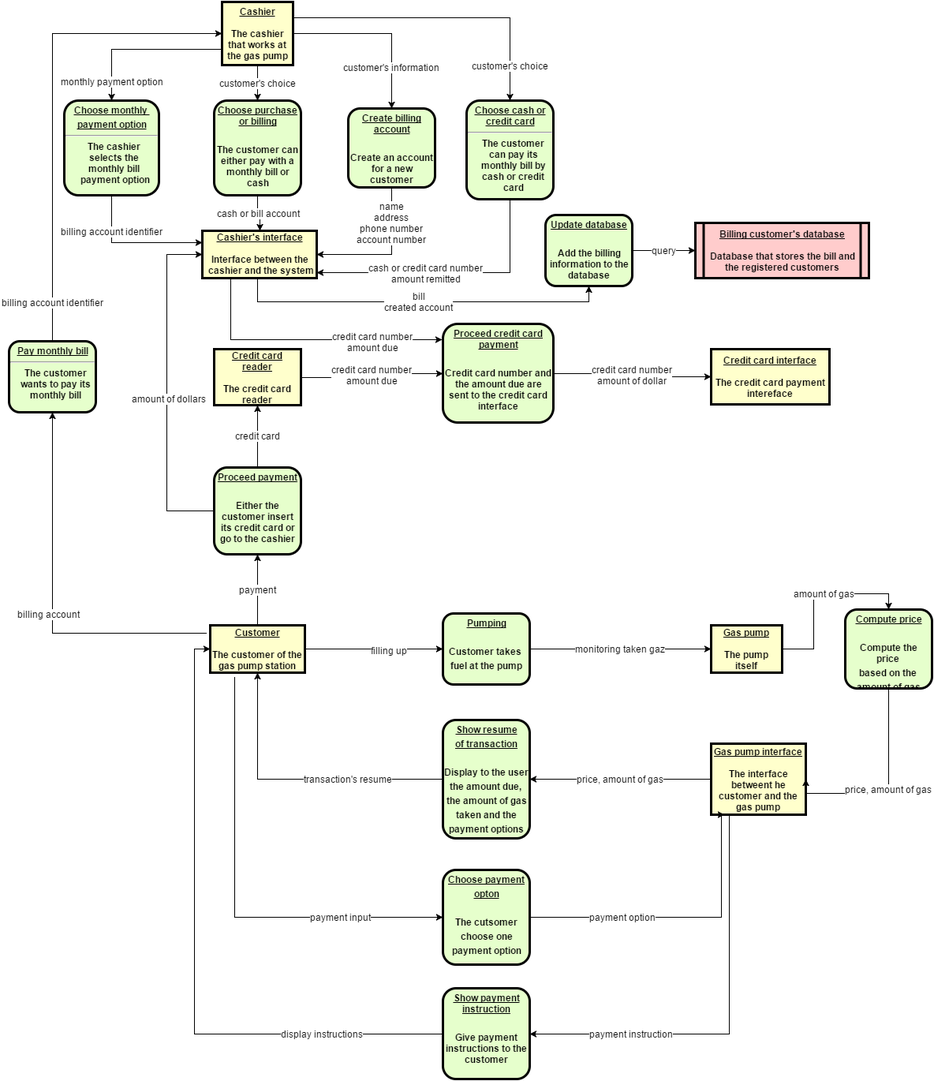
Before: Assignment 1/data-flow-diagram.png, a diagram exported from draw.io (ahauet/LINGI2251_Development_Methods). Source tidied: cells renumbered, new cells last; positions are measured from the earlier drawing's top-left corner, leaving out a move shared by most shapes.
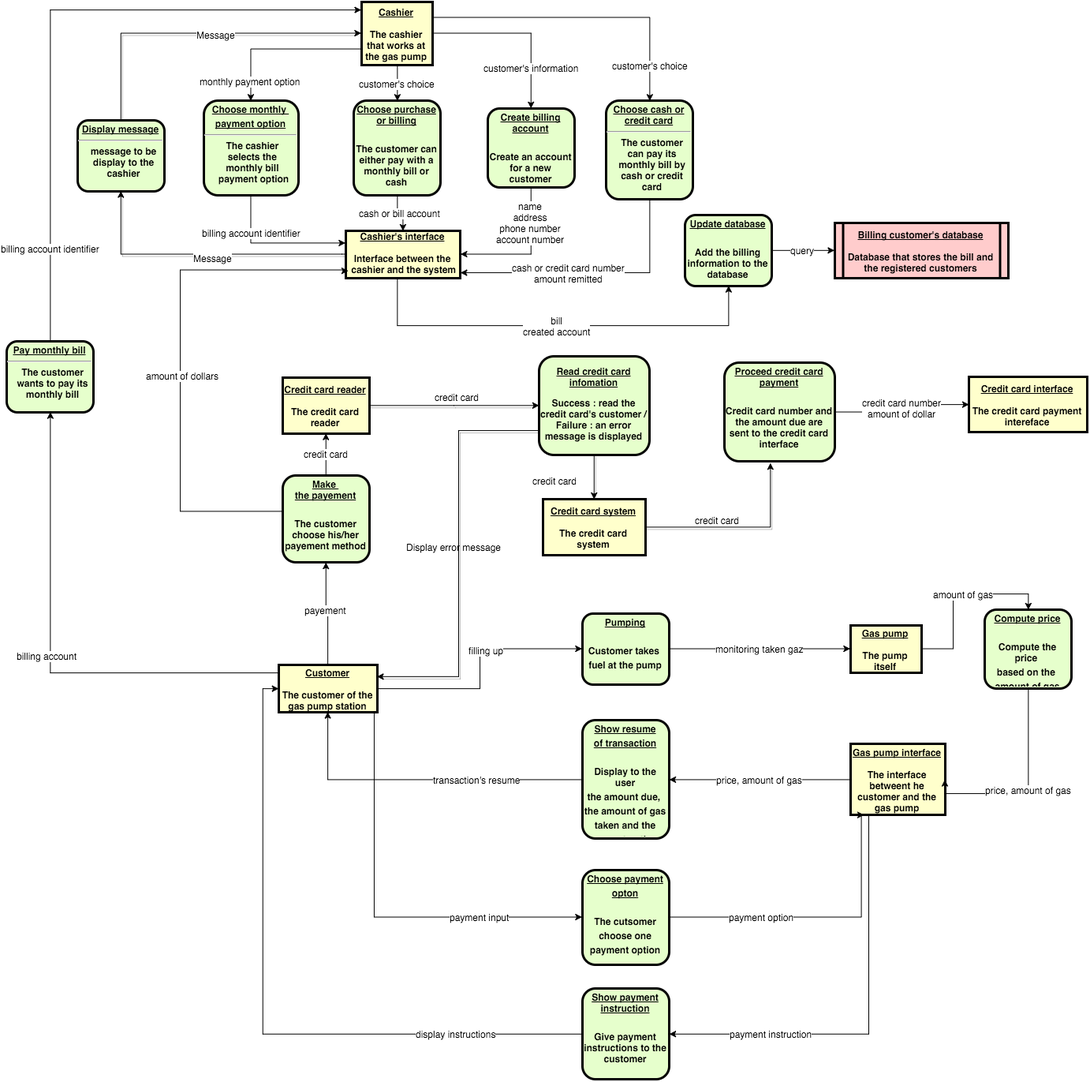
The same diagram one commit later.

Diff of the diagram source:
```diff
@@ -17,11 +17,11 @@
         </Array>
       </mxGeometry>
     </mxCell>
-    <mxCell id="5" value="payment" style="edgeStyle=orthogonalEdgeStyle;rounded=0;html=1;exitX=0.5;exitY=0;entryX=0.5;entryY=1;jettySize=auto;fontSize=12;" parent="1" edge="1" source="6" target="34">
-      <mxGeometry relative="1" as="geometry" />
+    <mxCell id="5" value="payement" style="edgeStyle=orthogonalEdgeStyle;rounded=0;html=1;exitX=0.5;exitY=0;entryX=0.5;entryY=1;jettySize=auto;fontSize=12;" parent="1" edge="1" source="6" target="34">
+      <mxGeometry x="0.09" relative="1" as="geometry" />
     </mxCell>
     <mxCell id="6" value="&lt;u&gt;Customer&lt;/u&gt;&lt;div&gt;&lt;u&gt;&lt;br&gt;&lt;/u&gt;&lt;/div&gt;&lt;div&gt;The customer of the gas pump station&lt;/div&gt;" style="whiteSpace=wrap;align=center;verticalAlign=middle;fontStyle=1;strokeWidth=3;fillColor=#FFFFCC;html=1;" parent="1" vertex="1">
-      <mxGeometry x="255" y="790" width="120" height="60" as="geometry" />
+      <mxGeometry x="165" y="840" width="125" height="60" as="geometry" />
     </mxCell>
     <mxCell id="7" value="monitoring taken gaz" style="edgeStyle=orthogonalEdgeStyle;rounded=0;html=1;exitX=1;exitY=0.5;entryX=0;entryY=0.5;jettySize=auto;fontSize=12;" parent="1" edge="1" source="8" target="10">
       <mxGeometry relative="1" as="geometry" />
@@ -83,34 +83,39 @@
     <mxCell id="20" value="bill&lt;div&gt;created account&lt;/div&gt;" style="edgeStyle=orthogonalEdgeStyle;rounded=0;html=1;exitX=0.5;exitY=1;entryX=0.5;entryY=1;jettySize=auto;fontSize=12;" parent="1" edge="1" source="23" target="50">
       <mxGeometry relative="1" as="geometry">
         <Array as="points">
-          <mxPoint x="315" y="380" />
-          <mxPoint x="735" y="380" />
+          <mxPoint x="315" y="350" />
+          <mxPoint x="315" y="410" />
+          <mxPoint x="735" y="410" />
         </Array>
       </mxGeometry>
     </mxCell>
-    <mxCell id="21" style="edgeStyle=orthogonalEdgeStyle;rounded=0;html=1;exitX=0.25;exitY=1;entryX=-0.007;entryY=0.16;entryPerimeter=0;jettySize=auto;fontSize=12;" parent="1" edge="1" source="23" target="36">
-      <mxGeometry relative="1" as="geometry">
-        <Array as="points">
-          <mxPoint x="281" y="428" />
-        </Array>
-      </mxGeometry>
-    </mxCell>
-    <mxCell id="22" value="credit card number&lt;div&gt;amount due&lt;/div&gt;" style="text;html=1;align=center;verticalAlign=middle;labelBackgroundColor=#ffffff;" parent="21" vertex="1">
-      <mxGeometry y="-3" relative="1" as="geometry">
-        <mxPoint x="84" y="-1" as="offset" />
-      </mxGeometry>
-    </mxCell>
+    <mxCell id="60" style="edgeStyle=orthogonalEdgeStyle;rounded=0;html=1;exitX=0;exitY=0.25;entryX=0.5;entryY=1;shadow=1;jettySize=auto;" parent="1" edge="1" source="23" target="66">
+      <mxGeometry relative="1" as="geometry">
+        <Array as="points">
+          <mxPoint x="245" y="320" />
+          <mxPoint x="-30" y="320" />
+        </Array>
+      </mxGeometry>
+    </mxCell>
+    <mxCell id="61" value="Message" style="text;html=1;align=center;verticalAlign=middle;labelBackgroundColor=#ffffff;" parent="60" vertex="1">
+      <mxGeometry x="-0.03" y="4" relative="1" as="geometry" />
+    </mxCell>
     <mxCell id="23" value="&lt;u&gt;Cashier's interface&lt;/u&gt;&lt;div&gt;&lt;br&gt;&lt;/div&gt;&lt;div&gt;Interface between the&lt;/div&gt;&lt;div&gt;&amp;nbsp;cashier and the system&lt;/div&gt;" style="verticalAlign=middle;align=center;overflow=fill;fontSize=12;fontFamily=Helvetica;html=1;rounded=0;fontStyle=1;strokeWidth=3;fillColor=#FFFFCC;fontColor=#000000;strokeColor=#000000;whiteSpace=wrap;" parent="1" vertex="1">
-      <mxGeometry x="245" y="290" width="145" height="60" as="geometry" />
+      <mxGeometry x="250" y="290" width="145" height="60" as="geometry" />
     </mxCell>
-    <mxCell id="24" value="credit card number&lt;div&gt;amount due&lt;/div&gt;" style="edgeStyle=orthogonalEdgeStyle;rounded=0;html=1;exitX=1;exitY=0.5;entryX=0;entryY=0.5;jettySize=auto;fontSize=12;" parent="1" edge="1" source="25" target="36">
-      <mxGeometry relative="1" as="geometry" />
-    </mxCell>
+    <mxCell id="62" style="edgeStyle=orthogonalEdgeStyle;rounded=0;html=1;exitX=1;exitY=0.5;shadow=1;jettySize=auto;" parent="1" edge="1" source="25" target="69">
+      <mxGeometry relative="1" as="geometry" />
+    </mxCell>
+    <mxCell id="63" value="credit card" style="text;html=1;align=center;verticalAlign=middle;labelBackgroundColor=#ffffff;" parent="62" vertex="1">
+      <mxGeometry x="0.01" y="-19" relative="1" as="geometry">
+        <mxPoint x="2" y="-30" as="offset" />
+      </mxGeometry>
+    </mxCell>
     <mxCell id="25" value="&lt;u&gt;Credit card reader&lt;/u&gt;&lt;div&gt;&lt;br&gt;&lt;/div&gt;&lt;div&gt;The credit card reader&lt;/div&gt;" style="whiteSpace=wrap;align=center;verticalAlign=middle;fontStyle=1;strokeWidth=3;fillColor=#FFFFCC;html=1;" parent="1" vertex="1">
-      <mxGeometry x="260" y="440" width="110" height="71" as="geometry" />
+      <mxGeometry x="170" y="476" width="110" height="71" as="geometry" />
     </mxCell>
     <mxCell id="26" value="&lt;u&gt;Credit card interface&lt;/u&gt;&lt;div&gt;&lt;br&gt;&lt;/div&gt;&lt;div&gt;The credit card payment intereface&lt;/div&gt;" style="whiteSpace=wrap;align=center;verticalAlign=middle;fontStyle=1;strokeWidth=3;fillColor=#FFFFCC;html=1;" parent="1" vertex="1">
-      <mxGeometry x="890" y="440" width="150" height="70" as="geometry" />
+      <mxGeometry x="1040" y="475" width="150" height="70" as="geometry" />
     </mxCell>
     <mxCell id="27" value="display instructions" style="edgeStyle=orthogonalEdgeStyle;rounded=0;html=1;exitX=0;exitY=0.5;entryX=0;entryY=0.5;jettySize=auto;fontSize=12;" parent="1" edge="1" source="28" target="6">
       <mxGeometry x="-0.63" relative="1" as="geometry" />
@@ -121,20 +126,23 @@
     <mxCell id="29" value="credit card" style="edgeStyle=orthogonalEdgeStyle;rounded=0;html=1;exitX=0.5;exitY=0;entryX=0.5;entryY=1;jettySize=auto;fontSize=12;" parent="1" edge="1" source="34" target="25">
       <mxGeometry relative="1" as="geometry" />
     </mxCell>
-    <mxCell id="30" style="edgeStyle=orthogonalEdgeStyle;rounded=0;html=1;exitX=0;exitY=0.5;entryX=0;entryY=0.5;jettySize=auto;fontSize=12;" parent="1" edge="1" source="34" target="23">
+    <mxCell id="30" style="edgeStyle=orthogonalEdgeStyle;rounded=0;html=1;exitX=0;exitY=0.5;jettySize=auto;fontSize=12;entryX=0.019;entryY=0.854;entryPerimeter=0;" parent="1" edge="1" source="34" target="23">
       <mxGeometry relative="1" as="geometry">
         <Array as="points">
-          <mxPoint x="200" y="645" />
-          <mxPoint x="200" y="320" />
+          <mxPoint x="40" y="645" />
+          <mxPoint x="40" y="340" />
+          <mxPoint x="248" y="340" />
         </Array>
       </mxGeometry>
     </mxCell>
     <mxCell id="31" value="amount of dollars" style="text;html=1;align=center;verticalAlign=middle;labelBackgroundColor=#ffffff;fontSize=12;" parent="30" vertex="1">
       <mxGeometry x="-0.05" y="-2" relative="1" as="geometry" />
     </mxCell>
-    <mxCell id="32" style="edgeStyle=orthogonalEdgeStyle;rounded=0;html=1;entryX=0.5;entryY=1;jettySize=auto;fontSize=12;" parent="1" edge="1" target="53">
+    <mxCell id="32" style="edgeStyle=orthogonalEdgeStyle;rounded=0;html=1;entryX=0.5;entryY=1;jettySize=auto;fontSize=12;exitX=0;exitY=0.25;" parent="1" edge="1" source="6" target="53">
       <mxGeometry relative="1" as="geometry">
-        <mxPoint x="250" y="800" as="sourcePoint" />
+        <Array as="points">
+          <mxPoint x="-125" y="850" />
+        </Array>
       </mxGeometry>
     </mxCell>
     <mxCell id="33" value="billing account" style="text;html=1;align=center;verticalAlign=middle;labelBackgroundColor=#ffffff;" parent="32" vertex="1">
@@ -142,14 +150,14 @@
         <mxPoint x="-3" y="85" as="offset" />
       </mxGeometry>
     </mxCell>
-    <mxCell id="34" value="&lt;p style=&quot;margin: 0px ; margin-top: 4px ; text-align: center ; text-decoration: underline&quot;&gt;Proceed payment&lt;/p&gt;&lt;p style=&quot;margin: 0px ; margin-top: 4px ; text-align: center ; text-decoration: underline&quot;&gt;&lt;br&gt;&lt;/p&gt;&lt;p style=&quot;margin: 4px 0px 0px ; text-align: center&quot;&gt;Either the customer insert its credit card or go to the cashier&lt;/p&gt;" style="verticalAlign=middle;align=center;overflow=fill;fontSize=12;fontFamily=Helvetica;html=1;rounded=1;fontStyle=1;strokeWidth=3;fillColor=#E6FFCC;whiteSpace=wrap;" parent="1" vertex="1">
-      <mxGeometry x="260" y="590" width="110" height="110" as="geometry" />
+    <mxCell id="34" value="&lt;p style=&quot;margin: 0px ; margin-top: 4px ; text-align: center ; text-decoration: underline&quot;&gt;Make&amp;nbsp;&lt;br&gt;the payement&lt;/p&gt;&lt;p style=&quot;margin: 0px ; margin-top: 4px ; text-align: center ; text-decoration: underline&quot;&gt;&lt;br&gt;&lt;/p&gt;&lt;p style=&quot;margin: 4px 0px 0px ; text-align: center&quot;&gt;The customer choose his/her payement method&lt;/p&gt;" style="verticalAlign=middle;align=center;overflow=fill;fontSize=12;fontFamily=Helvetica;html=1;rounded=1;fontStyle=1;strokeWidth=3;fillColor=#E6FFCC;whiteSpace=wrap;" parent="1" vertex="1">
+      <mxGeometry x="170" y="600" width="110" height="110" as="geometry" />
     </mxCell>
     <mxCell id="35" value="credit card number&lt;div&gt;amount of dollar&lt;/div&gt;" style="edgeStyle=orthogonalEdgeStyle;rounded=0;html=1;exitX=1;exitY=0.5;entryX=0;entryY=0.5;jettySize=auto;fontSize=12;" parent="1" edge="1" source="36" target="26">
       <mxGeometry relative="1" as="geometry" />
     </mxCell>
     <mxCell id="36" value="&lt;p style=&quot;margin: 0px ; margin-top: 4px ; text-align: center ; text-decoration: underline&quot;&gt;Proceed credit card payment&lt;/p&gt;&lt;p style=&quot;margin: 0px ; margin-top: 4px ; text-align: center ; text-decoration: underline&quot;&gt;&lt;br&gt;&lt;/p&gt;&lt;p style=&quot;margin: 4px 0px 0px ; text-align: center&quot;&gt;Credit card number and the amount due are sent to the credit card interface&lt;/p&gt;" style="verticalAlign=middle;align=center;overflow=fill;fontSize=12;fontFamily=Helvetica;html=1;rounded=1;fontStyle=1;strokeWidth=3;fillColor=#E6FFCC;whiteSpace=wrap;" parent="1" vertex="1">
-      <mxGeometry x="550" y="408" width="140" height="125" as="geometry" />
+      <mxGeometry x="730" y="457" width="140" height="125" as="geometry" />
     </mxCell>
     <mxCell id="37" value="customer's choice" style="edgeStyle=orthogonalEdgeStyle;rounded=0;html=1;exitX=0.5;exitY=1;entryX=0.5;entryY=0;jettySize=auto;fontSize=12;" parent="1" edge="1" source="43" target="45">
       <mxGeometry relative="1" as="geometry" />
@@ -203,8 +211,14 @@
     <mxCell id="50" value="&lt;p style=&quot;margin: 0px ; margin-top: 4px ; text-align: center ; text-decoration: underline&quot;&gt;Update database&lt;/p&gt;&lt;p style=&quot;margin: 0px ; margin-top: 4px ; text-align: center ; text-decoration: underline&quot;&gt;&lt;br&gt;&lt;/p&gt;&lt;p style=&quot;margin: 4px 0px 0px ; text-align: center&quot;&gt;Add the billing information to the database&lt;/p&gt;" style="verticalAlign=middle;align=center;overflow=fill;fontSize=12;fontFamily=Helvetica;html=1;rounded=1;fontStyle=1;strokeWidth=3;fillColor=#E6FFCC;whiteSpace=wrap;" parent="1" vertex="1">
       <mxGeometry x="680" y="270" width="110" height="90" as="geometry" />
     </mxCell>
-    <mxCell id="51" style="edgeStyle=orthogonalEdgeStyle;rounded=0;html=1;exitX=0.5;exitY=0;entryX=0;entryY=0.5;jettySize=auto;fontSize=12;" parent="1" edge="1" source="53" target="43">
-      <mxGeometry relative="1" as="geometry" />
+    <mxCell id="51" style="edgeStyle=orthogonalEdgeStyle;rounded=0;html=1;exitX=0.5;exitY=0;jettySize=auto;fontSize=12;" parent="1" edge="1" source="53">
+      <mxGeometry relative="1" as="geometry">
+        <mxPoint x="270" y="10" as="targetPoint" />
+        <Array as="points">
+          <mxPoint x="-125" y="10" />
+          <mxPoint x="270" y="10" />
+        </Array>
+      </mxGeometry>
     </mxCell>
     <mxCell id="52" value="billing account identifier" style="text;html=1;align=center;verticalAlign=middle;labelBackgroundColor=#ffffff;" parent="51" vertex="1">
       <mxGeometry x="-0.35" y="-4" relative="1" as="geometry">
@@ -212,7 +226,7 @@
       </mxGeometry>
     </mxCell>
     <mxCell id="53" value="&lt;p style=&quot;margin: 0px ; margin-top: 4px ; text-align: center ; text-decoration: underline&quot;&gt;&lt;strong&gt;Pay monthly bill&lt;br&gt;&lt;/strong&gt;&lt;/p&gt;&lt;hr&gt;&lt;p style=&quot;margin: 0px ; margin-left: 8px&quot;&gt;The customer wants to pay its monthly bill&lt;/p&gt;" style="verticalAlign=middle;align=center;overflow=fill;fontSize=12;fontFamily=Helvetica;html=1;rounded=1;fontStyle=1;strokeWidth=3;fillColor=#E6FFCC;whiteSpace=wrap;" parent="1" vertex="1">
-      <mxGeometry y="430" width="110" height="90" as="geometry" />
+      <mxGeometry x="-180" y="430" width="110" height="90" as="geometry" />
     </mxCell>
     <mxCell id="54" style="edgeStyle=orthogonalEdgeStyle;rounded=0;html=1;exitX=0.5;exitY=1;entryX=0;entryY=0.25;jettySize=auto;fontSize=12;" parent="1" edge="1" source="56" target="23">
       <mxGeometry relative="1" as="geometry" />
@@ -234,5 +248,46 @@
     <mxCell id="59" value="&lt;p style=&quot;margin: 0px ; margin-top: 4px ; text-align: center ; text-decoration: underline&quot;&gt;&lt;strong&gt;Choose cash or credit card&lt;br&gt;&lt;/strong&gt;&lt;/p&gt;&lt;hr&gt;&lt;p style=&quot;margin: 0px ; margin-left: 8px&quot;&gt;The customer can pay its monthly bill by cash or credit card&lt;/p&gt;" style="verticalAlign=middle;align=center;overflow=fill;fontSize=12;fontFamily=Helvetica;html=1;rounded=1;fontStyle=1;strokeWidth=3;fillColor=#E6FFCC;whiteSpace=wrap;" parent="1" vertex="1">
       <mxGeometry x="580" y="125" width="110" height="125" as="geometry" />
     </mxCell>
+    <mxCell id="64" style="edgeStyle=orthogonalEdgeStyle;rounded=0;html=1;exitX=0.5;exitY=0;shadow=1;jettySize=auto;" parent="1" edge="1" source="66">
+      <mxGeometry relative="1" as="geometry">
+        <mxPoint x="270" y="40" as="targetPoint" />
+        <Array as="points">
+          <mxPoint x="-35" y="40" />
+          <mxPoint x="270" y="40" />
+        </Array>
+      </mxGeometry>
+    </mxCell>
+    <mxCell id="65" value="Message" style="text;html=1;align=center;verticalAlign=middle;labelBackgroundColor=#ffffff;" parent="64" vertex="1">
+      <mxGeometry x="0.11" y="-1" relative="1" as="geometry" />
+    </mxCell>
+    <mxCell id="66" value="&lt;p style=&quot;margin: 0px ; margin-top: 4px ; text-align: center ; text-decoration: underline&quot;&gt;Display message&lt;/p&gt;&lt;hr&gt;&lt;p style=&quot;margin: 0px ; margin-left: 8px&quot;&gt;message to be display to the cashier&lt;/p&gt;" style="verticalAlign=middle;align=center;overflow=fill;fontSize=12;fontFamily=Helvetica;html=1;rounded=1;fontStyle=1;strokeWidth=3;fillColor=#E6FFCC;whiteSpace=wrap;" parent="1" vertex="1">
+      <mxGeometry x="-90" y="150" width="110" height="90" as="geometry" />
+    </mxCell>
+    <mxCell id="67" style="edgeStyle=orthogonalEdgeStyle;rounded=0;html=1;exitX=0.5;exitY=1;entryX=0.5;entryY=0;shadow=1;jettySize=auto;" parent="1" edge="1" source="69" target="72">
+      <mxGeometry relative="1" as="geometry" />
+    </mxCell>
+    <mxCell id="68" style="edgeStyle=orthogonalEdgeStyle;rounded=0;html=1;exitX=0;exitY=0.75;entryX=1;entryY=0.25;shadow=1;jettySize=auto;" parent="1" edge="1" source="69" target="6">
+      <mxGeometry relative="1" as="geometry" />
+    </mxCell>
+    <mxCell id="69" value="&lt;p&gt;&lt;u&gt;Read credit card infomation&lt;/u&gt;&lt;/p&gt;&lt;p&gt;Success : read the credit card's customer / Failure : an error message&amp;nbsp;is displayed&lt;/p&gt;" style="verticalAlign=middle;align=center;overflow=fill;fontSize=12;fontFamily=Helvetica;html=1;rounded=1;fontStyle=1;strokeWidth=3;fillColor=#E6FFCC;whiteSpace=wrap;" parent="1" vertex="1">
+      <mxGeometry x="495" y="449" width="140" height="125" as="geometry" />
+    </mxCell>
+    <mxCell id="70" style="edgeStyle=orthogonalEdgeStyle;rounded=0;html=1;exitX=1;exitY=0.5;entryX=0.414;entryY=1.022;entryPerimeter=0;shadow=1;jettySize=auto;" parent="1" edge="1" source="72" target="36">
+      <mxGeometry relative="1" as="geometry" />
+    </mxCell>
+    <mxCell id="71" value="credit card" style="text;html=1;align=center;verticalAlign=middle;labelBackgroundColor=#ffffff;" parent="70" vertex="1">
+      <mxGeometry x="-0.01" y="3" relative="1" as="geometry">
+        <mxPoint x="-28" y="-7" as="offset" />
+      </mxGeometry>
+    </mxCell>
+    <mxCell id="72" value="&lt;u&gt;Credit card system&lt;/u&gt;&lt;div&gt;&lt;br&gt;&lt;/div&gt;&lt;div&gt;The credit card system&lt;/div&gt;" style="whiteSpace=wrap;align=center;verticalAlign=middle;fontStyle=1;strokeWidth=3;fillColor=#FFFFCC;html=1;" parent="1" vertex="1">
+      <mxGeometry x="500" y="630" width="130" height="71" as="geometry" />
+    </mxCell>
+    <mxCell id="73" value="credit card&lt;div&gt;&lt;div&gt;&lt;br&gt;&lt;/div&gt;&lt;/div&gt;" style="text;html=1;align=left;verticalAlign=top;spacingTop=-4;" parent="1" vertex="1">
+      <mxGeometry x="485" y="600" width="70" height="30" as="geometry" />
+    </mxCell>
+    <mxCell id="74" value="Display error message&lt;div&gt;&lt;br&gt;&lt;/div&gt;" style="text;html=1;align=left;verticalAlign=top;spacingTop=-4;" parent="1" vertex="1">
+      <mxGeometry x="325" y="684" width="140" height="30" as="geometry" />
+    </mxCell>
   </root>
 </mxGraphModel>
```
